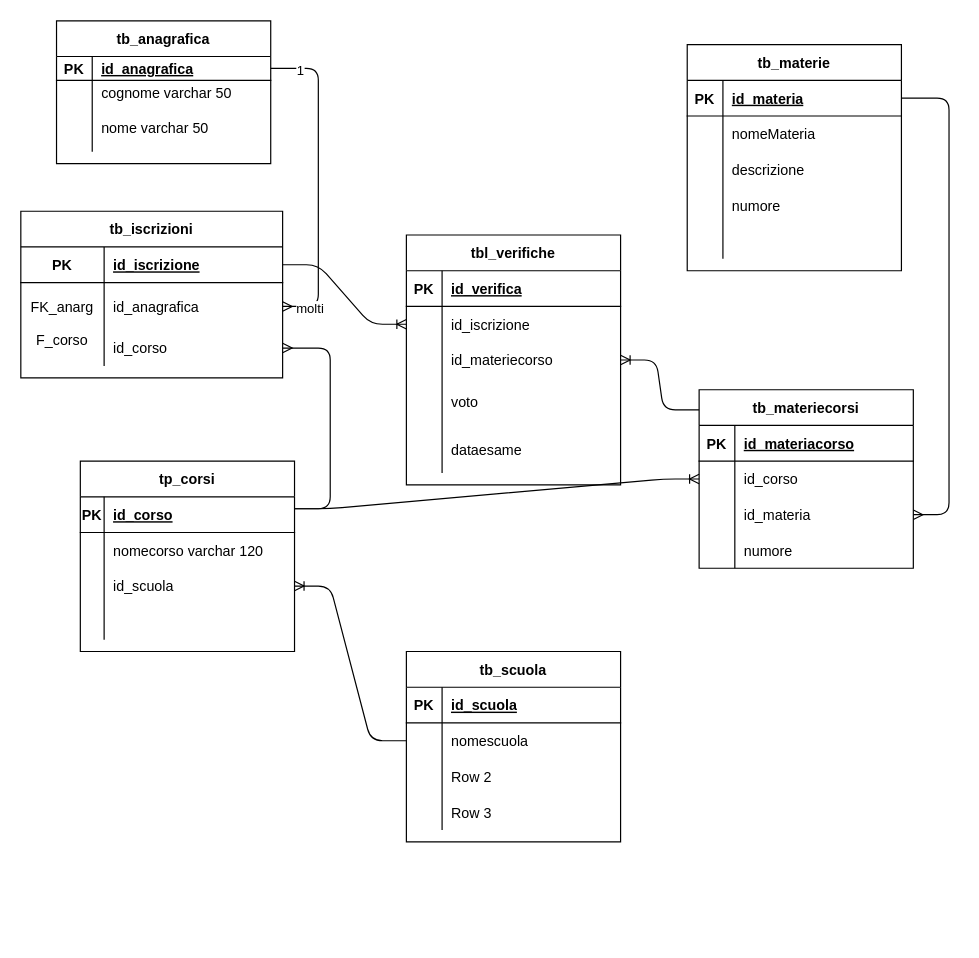
Earlier version of the draw.io diagram Untitled Diagram.drawio (andreabesso/andreabesso). Source tidied: cells renumbered, new cells numbered last; positions are measured from the earlier drawing's top-left corner, leaving out a move shared by most shapes. Both pictures are drawn from the tidied source at 119%, with x=0, y=0 at pixel (20, 20).
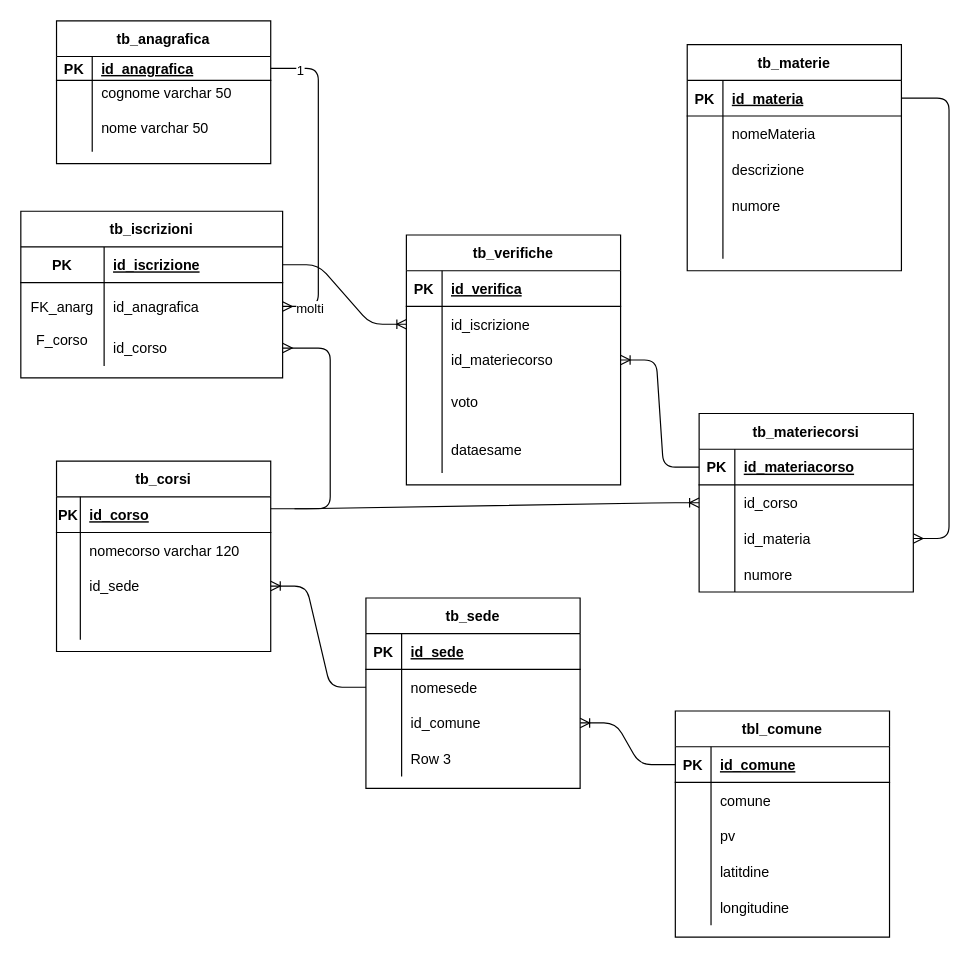
After the change.

The change refers to these unchanged cells:
```xml
<mxCell id="26" style="shape=partialRectangle;fillColor=none;top=0;left=0;bottom=1;right=0;points=[[0,0.5],[1,0.5]];portConstraint=eastwest;" parent="25" vertex="1">
  <mxGeometry y="30" width="180" height="30" as="geometry" />
</mxCell>
<mxCell id="40" style="shape=partialRectangle;fillColor=none;top=0;left=0;bottom=1;right=0;" parent="39" vertex="1">
  <mxGeometry y="30" width="180" height="30" as="geometry" />
</mxCell>
<mxCell id="43" style="shape=partialRectangle;fillColor=none;top=0;left=0;bottom=0;right=0;points=[[0,0.5],[1,0.5]];portConstraint=eastwest;" parent="39" vertex="1">
  <mxGeometry y="60" width="180" height="30" as="geometry" />
</mxCell>
<mxCell id="46" style="shape=partialRectangle;fillColor=none;top=0;left=0;bottom=0;right=0;points=[[0,0.5],[1,0.5]];portConstraint=eastwest;" parent="39" vertex="1">
  <mxGeometry y="90" width="180" height="30" as="geometry" />
</mxCell>
<mxCell id="59" style="shape=partialRectangle;fillColor=none;top=0;left=0;bottom=0;right=0;points=[[0,0.5],[1,0.5]];portConstraint=eastwest;" parent="52" vertex="1">
  <mxGeometry y="90" width="180" height="30" as="geometry" />
</mxCell>
<mxCell id="91" style="shape=partialRectangle;fillColor=none;top=0;left=0;bottom=0;right=0;points=[[0,0.5],[1,0.5]];portConstraint=eastwest;" parent="84" vertex="1">
  <mxGeometry y="90" width="180" height="30" as="geometry" />
</mxCell>
```

Diff of the diagram source:
```diff
@@
     <mxCell id="25" value="tb_materiecorsi" style="shape=table;startSize=30;childLayout=tableLayout;rowLines=0;fontStyle=1;align=center;" parent="1" vertex="1">
-      <mxGeometry x="570" y="310" width="180" height="150" as="geometry" />
+      <mxGeometry x="570" y="330" width="180" height="150" as="geometry" />
     </mxCell>
@@
-    <mxCell id="39" value="tb_scuola" style="shape=table;startSize=30;childLayout=tableLayout;rowLines=0;fontStyle=1;align=center;" parent="1" vertex="1">
-      <mxGeometry x="324" y="530" width="180" height="160" as="geometry" />
+    <mxCell id="39" value="tb_sede" style="shape=table;startSize=30;childLayout=tableLayout;rowLines=0;fontStyle=1;align=center;" parent="1" vertex="1">
+      <mxGeometry x="290" y="485" width="180" height="160" as="geometry" />
     </mxCell>
@@
-    <mxCell id="42" value="id_scuola" style="shape=partialRectangle;fillColor=none;top=0;left=0;bottom=0;right=0;align=left;spacingLeft=6;fontStyle=5;overflow=hidden;" parent="40" vertex="1">
+    <mxCell id="42" value="id_sede" style="shape=partialRectangle;fillColor=none;top=0;left=0;bottom=0;right=0;align=left;spacingLeft=6;fontStyle=5;overflow=hidden;" parent="40" vertex="1">
       <mxGeometry x="30" width="150" height="30" as="geometry" />
     </mxCell>
@@
-    <mxCell id="45" value="nomescuola" style="shape=partialRectangle;fillColor=none;top=0;left=0;bottom=0;right=0;align=left;spacingLeft=6;overflow=hidden;" parent="43" vertex="1">
+    <mxCell id="45" value="nomesede" style="shape=partialRectangle;fillColor=none;top=0;left=0;bottom=0;right=0;align=left;spacingLeft=6;overflow=hidden;" parent="43" vertex="1">
       <mxGeometry x="30" width="150" height="30" as="geometry" />
     </mxCell>
@@
-    <mxCell id="48" value="Row 2" style="shape=partialRectangle;fillColor=none;top=0;left=0;bottom=0;right=0;align=left;spacingLeft=6;overflow=hidden;" parent="46" vertex="1">
+    <mxCell id="48" value="id_comune" style="shape=partialRectangle;fillColor=none;top=0;left=0;bottom=0;right=0;align=left;spacingLeft=6;overflow=hidden;" parent="46" vertex="1">
       <mxGeometry x="30" width="150" height="30" as="geometry" />
     </mxCell>
@@
-    <mxCell id="52" value="tp_corsi" style="shape=table;startSize=30;childLayout=tableLayout;rowLines=0;fontStyle=1;align=center;" parent="1" vertex="1">
-      <mxGeometry x="50" y="370" width="180" height="160" as="geometry" />
+    <mxCell id="52" value="tb_corsi" style="shape=table;startSize=30;childLayout=tableLayout;rowLines=0;fontStyle=1;align=center;" parent="1" vertex="1">
+      <mxGeometry x="30" y="370" width="180" height="160" as="geometry" />
     </mxCell>
@@
-    <mxCell id="61" value="id_scuola" style="shape=partialRectangle;fillColor=none;top=0;left=0;bottom=0;right=0;align=left;spacingLeft=6;overflow=hidden;" parent="59" vertex="1">
+    <mxCell id="61" value="id_sede" style="shape=partialRectangle;fillColor=none;top=0;left=0;bottom=0;right=0;align=left;spacingLeft=6;overflow=hidden;" parent="59" vertex="1">
       <mxGeometry x="20" width="160" height="30" as="geometry" />
     </mxCell>
@@
-    <mxCell id="84" value="tbl_verifiche" style="shape=table;startSize=30;childLayout=tableLayout;rowLines=0;fontStyle=1;align=center;" parent="1" vertex="1">
+    <mxCell id="84" value="tb_verifiche" style="shape=table;startSize=30;childLayout=tableLayout;rowLines=0;fontStyle=1;align=center;" parent="1" vertex="1">
       <mxGeometry x="324" y="180" width="180" height="210" as="geometry" />
     </mxCell>
@@
-    <mxCell id="101" style="edgeStyle=entityRelationEdgeStyle;fontSize=12;html=1;endArrow=ERoneToMany;exitX=0;exitY=0.113;exitDx=0;exitDy=0;exitPerimeter=0;entryX=1;entryY=0.5;entryDx=0;entryDy=0;" parent="1" edge="1" source="25" target="91">
+    <mxCell id="101" style="edgeStyle=entityRelationEdgeStyle;fontSize=12;html=1;endArrow=ERoneToMany;exitX=0;exitY=0.5;exitDx=0;exitDy=0;entryX=1;entryY=0.5;entryDx=0;entryDy=0;" parent="1" edge="1" source="26" target="91">
       <mxGeometry relative="1" as="geometry" />
     </mxCell>
+    <mxCell id="102" value="tbl_comune" style="shape=table;startSize=30;childLayout=tableLayout;rowLines=0;fontStyle=1;align=center;" parent="1" vertex="1">
+      <mxGeometry x="550" y="580" width="180" height="190" as="geometry" />
+    </mxCell>
+    <mxCell id="103" style="shape=partialRectangle;fillColor=none;top=0;left=0;bottom=1;right=0;points=[[0,0.5],[1,0.5]];portConstraint=eastwest;" parent="102" vertex="1">
+      <mxGeometry y="30" width="180" height="30" as="geometry" />
+    </mxCell>
+    <mxCell id="104" value="PK" style="shape=partialRectangle;fillColor=none;top=0;left=0;bottom=0;right=0;fontStyle=1;overflow=hidden;" parent="103" vertex="1">
+      <mxGeometry width="30" height="30" as="geometry" />
+    </mxCell>
+    <mxCell id="105" value="id_comune" style="shape=partialRectangle;fillColor=none;top=0;left=0;bottom=0;right=0;align=left;spacingLeft=6;fontStyle=5;overflow=hidden;" parent="103" vertex="1">
+      <mxGeometry x="30" width="150" height="30" as="geometry" />
+    </mxCell>
+    <mxCell id="106" style="shape=partialRectangle;fillColor=none;top=0;left=0;bottom=0;right=0;" parent="102" vertex="1">
+      <mxGeometry y="60" width="180" height="30" as="geometry" />
+    </mxCell>
+    <mxCell id="107" style="shape=partialRectangle;fillColor=none;top=0;left=0;bottom=0;right=0;overflow=hidden;" parent="106" vertex="1">
+      <mxGeometry width="30" height="30" as="geometry" />
+    </mxCell>
+    <mxCell id="108" value="comune" style="shape=partialRectangle;fillColor=none;top=0;left=0;bottom=0;right=0;align=left;spacingLeft=6;overflow=hidden;" parent="106" vertex="1">
+      <mxGeometry x="30" width="150" height="30" as="geometry" />
+    </mxCell>
+    <mxCell id="109" style="shape=partialRectangle;fillColor=none;top=0;left=0;bottom=0;right=0;" parent="102" vertex="1">
+      <mxGeometry y="90" width="180" height="30" as="geometry" />
+    </mxCell>
+    <mxCell id="110" style="shape=partialRectangle;fillColor=none;top=0;left=0;bottom=0;right=0;overflow=hidden;" parent="109" vertex="1">
+      <mxGeometry width="30" height="30" as="geometry" />
+    </mxCell>
+    <mxCell id="111" value="pv" style="shape=partialRectangle;fillColor=none;top=0;left=0;bottom=0;right=0;align=left;spacingLeft=6;overflow=hidden;" parent="109" vertex="1">
+      <mxGeometry x="30" width="150" height="30" as="geometry" />
+    </mxCell>
+    <mxCell id="112" style="shape=partialRectangle;fillColor=none;top=0;left=0;bottom=0;right=0;" parent="102" vertex="1">
+      <mxGeometry y="120" width="180" height="30" as="geometry" />
+    </mxCell>
+    <mxCell id="113" style="shape=partialRectangle;fillColor=none;top=0;left=0;bottom=0;right=0;overflow=hidden;" parent="112" vertex="1">
+      <mxGeometry width="30" height="30" as="geometry" />
+    </mxCell>
+    <mxCell id="114" value="latitdine" style="shape=partialRectangle;fillColor=none;top=0;left=0;bottom=0;right=0;align=left;spacingLeft=6;overflow=hidden;" parent="112" vertex="1">
+      <mxGeometry x="30" width="150" height="30" as="geometry" />
+    </mxCell>
+    <mxCell id="115" style="shape=partialRectangle;fillColor=none;top=0;left=0;bottom=0;right=0;" parent="102" vertex="1">
+      <mxGeometry y="150" width="180" height="30" as="geometry" />
+    </mxCell>
+    <mxCell id="116" style="shape=partialRectangle;fillColor=none;top=0;left=0;bottom=0;right=0;overflow=hidden;" parent="115" vertex="1">
+      <mxGeometry width="30" height="30" as="geometry" />
+    </mxCell>
+    <mxCell id="117" value="longitudine" style="shape=partialRectangle;fillColor=none;top=0;left=0;bottom=0;right=0;align=left;spacingLeft=6;overflow=hidden;" parent="115" vertex="1">
+      <mxGeometry x="30" width="150" height="30" as="geometry" />
+    </mxCell>
+    <mxCell id="118" style="edgeStyle=entityRelationEdgeStyle;fontSize=12;html=1;endArrow=ERoneToMany;exitX=0;exitY=0.5;exitDx=0;exitDy=0;entryX=1;entryY=0.5;entryDx=0;entryDy=0;" parent="1" edge="1" source="103" target="46">
+      <mxGeometry relative="1" as="geometry" />
+    </mxCell>
```
